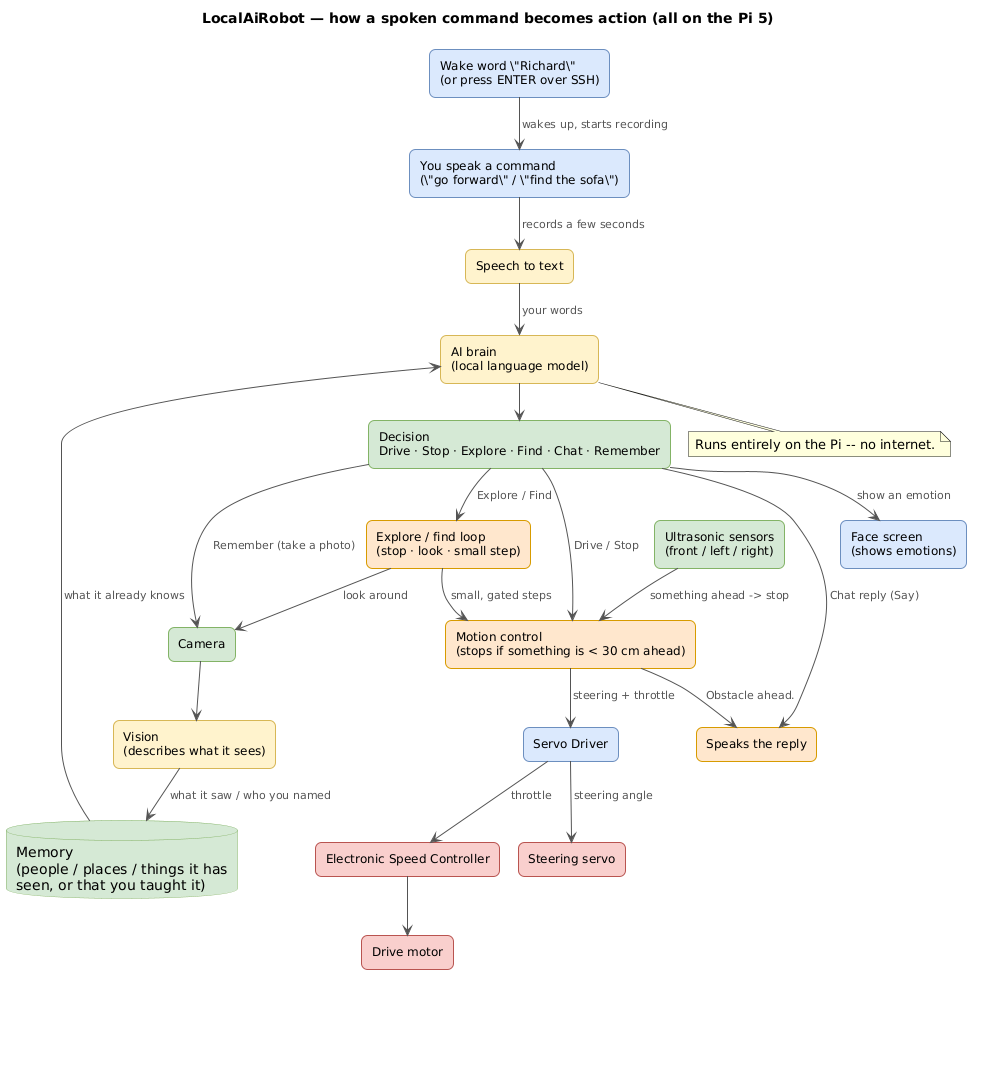
This is docs/images/basic_control_flow.png from shen747/LocalAiRobot, a PlantUML export, as it was before one commit.
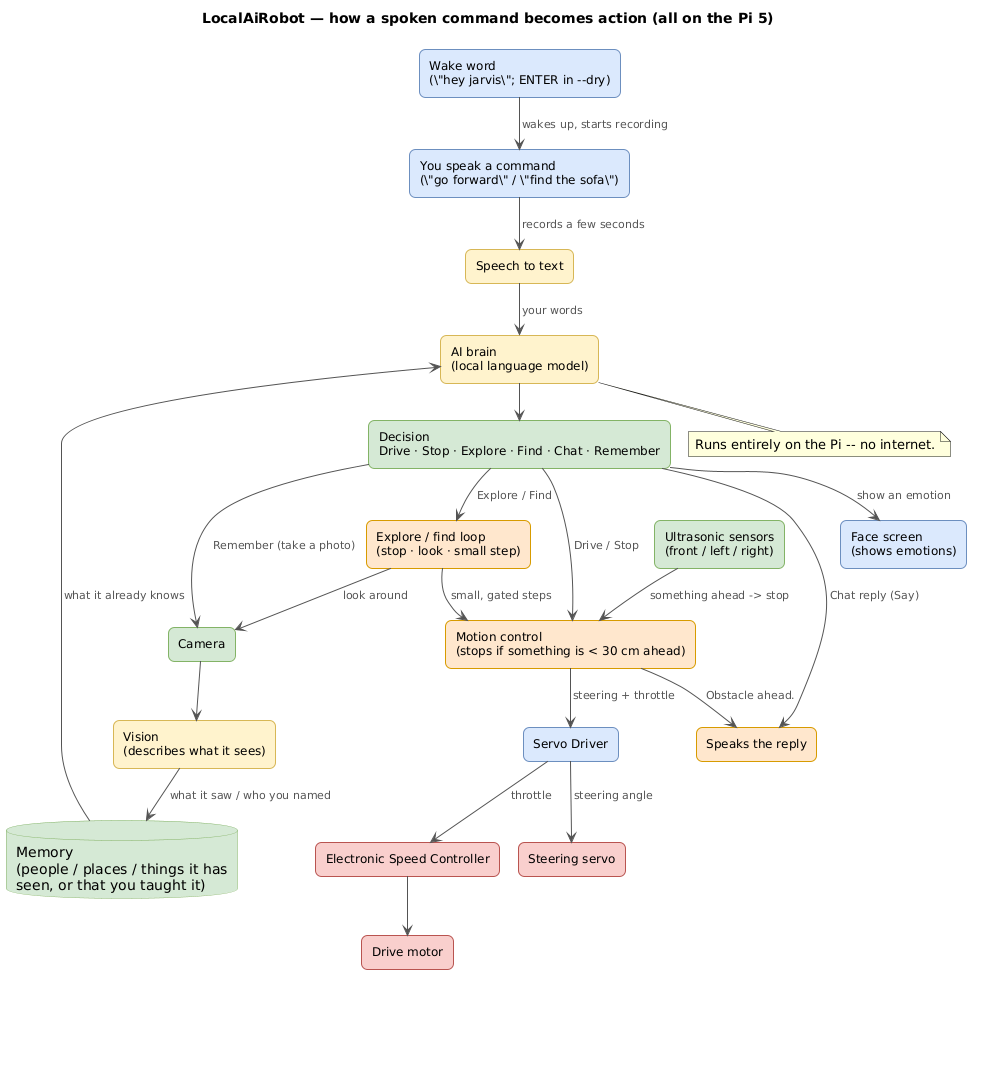
After the commit.

What changed in the source:
```diff
@@ -30,7 +30,7 @@
 }
 top to bottom direction
 
-rectangle "Wake word \"Richard\"\n(or press ENTER over SSH)" as wake <<io>>
+rectangle "Wake word\n(\"hey jarvis\"; ENTER in --dry)" as wake <<io>>
 rectangle "You speak a command\n(\"go forward\" / \"find the sofa\")" as voice <<io>>
 rectangle "Speech to text" as stt <<model>>
 
```
